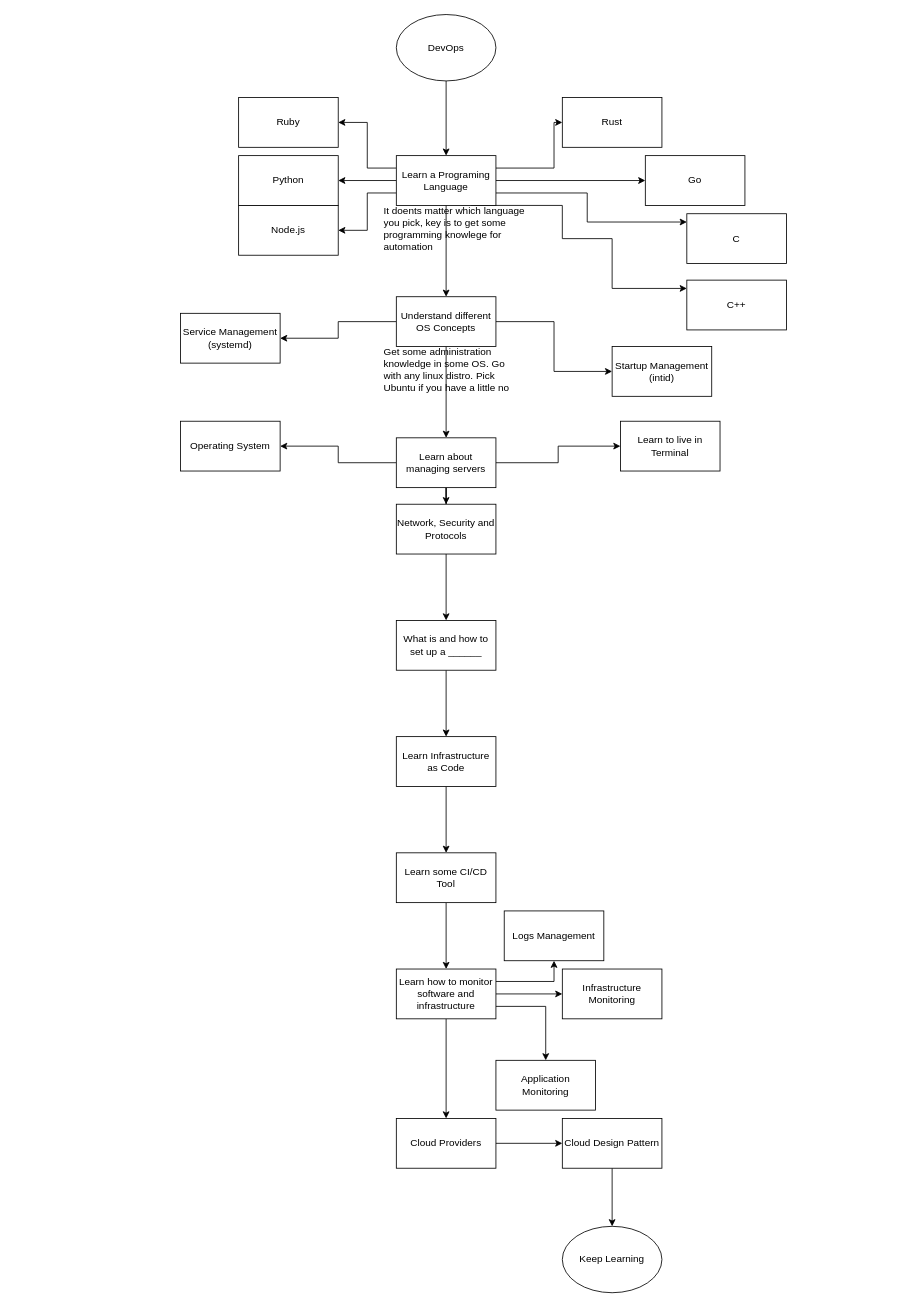
jibonilla03/DrawIO keeps this draw.io diagram as Untitled Diagram.drawio. Above is the earlier version. Source tidied: cells renumbered, new cells numbered last; positions are measured from the earlier drawing's top-left corner, leaving out a move shared by most shapes. Both pictures are drawn from the tidied source at 83%, with x=0, y=0 at pixel (180, 14).
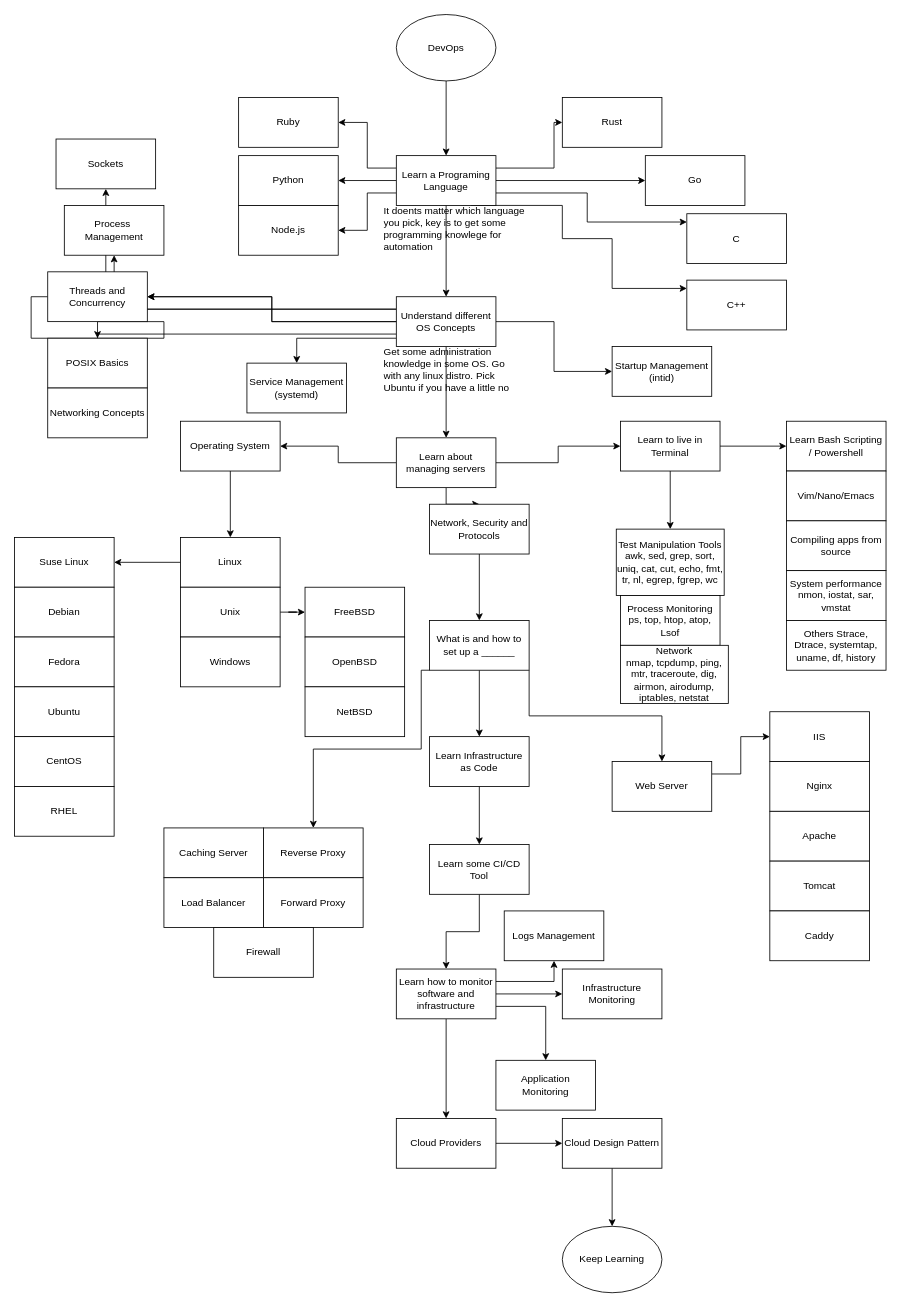
The same diagram, later.

Unchanged cells that the change refers to:
```xml
<mxCell id="16" value="Understand different OS Concepts" style="whiteSpace=wrap;html=1;" parent="1" vertex="1">
  <mxGeometry x="260" y="340" width="120" height="60" as="geometry" />
</mxCell>
<mxCell id="21" value="Operating System" style="whiteSpace=wrap;html=1;" parent="1" vertex="1">
  <mxGeometry y="490" width="120" height="60" as="geometry" />
</mxCell>
<mxCell id="22" value="Learn to live in Terminal" style="whiteSpace=wrap;html=1;" parent="1" vertex="1">
  <mxGeometry x="530" y="490" width="120" height="60" as="geometry" />
</mxCell>
```

What changed in the source:
```diff
@@
     <mxCell id="15" style="edgeStyle=orthogonalEdgeStyle;rounded=0;jettySize=auto;html=1;" parent="1" edge="1" source="16" target="52">
-      <mxGeometry relative="1" as="geometry" />
+      <mxGeometry relative="1" as="geometry">
+        <Array as="points">
+          <mxPoint x="140" y="390" />
+        </Array>
+      </mxGeometry>
     </mxCell>
+    <mxCell id="55" style="edgeStyle=orthogonalEdgeStyle;rounded=0;jettySize=auto;html=1;exitX=0;exitY=0.25;exitDx=0;exitDy=0;" parent="1" edge="1" source="16" target="65">
+      <mxGeometry relative="1" as="geometry" />
+    </mxCell>
+    <mxCell id="56" style="edgeStyle=orthogonalEdgeStyle;rounded=0;jettySize=auto;html=1;exitX=0;exitY=0.5;exitDx=0;exitDy=0;" parent="1" edge="1" source="16" target="68">
+      <mxGeometry relative="1" as="geometry" />
+    </mxCell>
+    <mxCell id="57" style="edgeStyle=orthogonalEdgeStyle;rounded=0;jettySize=auto;html=1;exitX=0;exitY=0.25;exitDx=0;exitDy=0;" parent="1" edge="1" source="16" target="66">
+      <mxGeometry relative="1" as="geometry" />
+    </mxCell>
+    <mxCell id="58" style="edgeStyle=orthogonalEdgeStyle;rounded=0;jettySize=auto;html=1;exitX=0;exitY=0.5;exitDx=0;exitDy=0;" parent="1" edge="1" source="68" target="67">
+      <mxGeometry relative="1" as="geometry" />
+    </mxCell>
+    <mxCell id="59" style="edgeStyle=orthogonalEdgeStyle;rounded=0;jettySize=auto;html=1;exitX=0;exitY=0.75;exitDx=0;exitDy=0;" parent="1" edge="1" source="16" target="70">
+      <mxGeometry relative="1" as="geometry" />
+    </mxCell>
@@
+    <mxCell id="60" style="edgeStyle=orthogonalEdgeStyle;rounded=0;jettySize=auto;html=1;" parent="1" edge="1" source="21" target="72">
+      <mxGeometry relative="1" as="geometry" />
+    </mxCell>
@@
+    <mxCell id="61" style="edgeStyle=orthogonalEdgeStyle;rounded=0;jettySize=auto;html=1;" parent="1" edge="1" source="22" target="85">
+      <mxGeometry relative="1" as="geometry" />
+    </mxCell>
+    <mxCell id="62" style="edgeStyle=orthogonalEdgeStyle;rounded=0;jettySize=auto;html=1;" parent="1" edge="1" source="22" target="90">
+      <mxGeometry relative="1" as="geometry" />
+    </mxCell>
@@
     <mxCell id="24" value="Network, Security and Protocols" style="whiteSpace=wrap;html=1;" parent="1" vertex="1">
-      <mxGeometry x="260" y="590" width="120" height="60" as="geometry" />
+      <mxGeometry x="300" y="590" width="120" height="60" as="geometry" />
     </mxCell>
@@
+    <mxCell id="63" style="edgeStyle=orthogonalEdgeStyle;rounded=0;jettySize=auto;html=1;exitX=1;exitY=1;exitDx=0;exitDy=0;" parent="1" edge="1" source="26" target="94">
+      <mxGeometry relative="1" as="geometry" />
+    </mxCell>
+    <mxCell id="64" style="edgeStyle=orthogonalEdgeStyle;rounded=0;jettySize=auto;html=1;exitX=0;exitY=1;exitDx=0;exitDy=0;" parent="1" edge="1" source="26">
+      <mxGeometry relative="1" as="geometry">
+        <mxPoint x="160" y="980" as="targetPoint" />
+        <Array as="points">
+          <mxPoint x="290" y="790" />
+          <mxPoint x="290" y="885" />
+          <mxPoint x="160" y="885" />
+        </Array>
+      </mxGeometry>
+    </mxCell>
     <mxCell id="26" value="What is and how to set up a ______" style="whiteSpace=wrap;html=1;" parent="1" vertex="1">
-      <mxGeometry x="260" y="730" width="120" height="60" as="geometry" />
+      <mxGeometry x="300" y="730" width="120" height="60" as="geometry" />
     </mxCell>
@@
     <mxCell id="28" value="Learn Infrastructure as Code" style="whiteSpace=wrap;html=1;" parent="1" vertex="1">
-      <mxGeometry x="260" y="870" width="120" height="60" as="geometry" />
+      <mxGeometry x="300" y="870" width="120" height="60" as="geometry" />
     </mxCell>
@@
     <mxCell id="30" value="Learn some CI/CD Tool" style="whiteSpace=wrap;html=1;" parent="1" vertex="1">
-      <mxGeometry x="260" y="1010" width="120" height="60" as="geometry" />
+      <mxGeometry x="300" y="1000" width="120" height="60" as="geometry" />
     </mxCell>
@@
     <mxCell id="52" value="Service Management (systemd)" style="whiteSpace=wrap;html=1;" parent="1" vertex="1">
-      <mxGeometry y="360" width="120" height="60" as="geometry" />
+      <mxGeometry x="80" y="420" width="120" height="60" as="geometry" />
     </mxCell>
@@
+    <mxCell id="65" value="Process&amp;nbsp; Management" style="rounded=0;whiteSpace=wrap;html=1;" parent="1" vertex="1">
+      <mxGeometry x="-140" y="230" width="120" height="60" as="geometry" />
+    </mxCell>
+    <mxCell id="66" value="Sockets" style="rounded=0;whiteSpace=wrap;html=1;" parent="1" vertex="1">
+      <mxGeometry x="-150" y="150" width="120" height="60" as="geometry" />
+    </mxCell>
+    <mxCell id="67" value="POSIX Basics" style="rounded=0;whiteSpace=wrap;html=1;" parent="1" vertex="1">
+      <mxGeometry x="-160" y="390" width="120" height="60" as="geometry" />
+    </mxCell>
+    <mxCell id="68" value="Threads and Concurrency" style="rounded=0;whiteSpace=wrap;html=1;" parent="1" vertex="1">
+      <mxGeometry x="-160" y="310" width="120" height="60" as="geometry" />
+    </mxCell>
+    <mxCell id="69" style="edgeStyle=orthogonalEdgeStyle;rounded=0;jettySize=auto;html=1;exitX=0;exitY=0.5;exitDx=0;exitDy=0;" parent="1" edge="1" source="16" target="68">
+      <mxGeometry relative="1" as="geometry" />
+    </mxCell>
+    <mxCell id="70" value="Networking Concepts" style="rounded=0;whiteSpace=wrap;html=1;" parent="1" vertex="1">
+      <mxGeometry x="-160" y="450" width="120" height="60" as="geometry" />
+    </mxCell>
+    <mxCell id="71" style="edgeStyle=orthogonalEdgeStyle;rounded=0;jettySize=auto;html=1;" parent="1" edge="1" source="72" target="76">
+      <mxGeometry relative="1" as="geometry" />
+    </mxCell>
+    <mxCell id="72" value="Linux" style="whiteSpace=wrap;html=1;" parent="1" vertex="1">
+      <mxGeometry y="630" width="120" height="60" as="geometry" />
+    </mxCell>
+    <mxCell id="73" style="edgeStyle=orthogonalEdgeStyle;rounded=0;jettySize=auto;html=1;" parent="1" edge="1" source="74" target="82">
+      <mxGeometry relative="1" as="geometry" />
+    </mxCell>
+    <mxCell id="74" value="Unix" style="rounded=0;whiteSpace=wrap;html=1;" parent="1" vertex="1">
+      <mxGeometry y="690" width="120" height="60" as="geometry" />
+    </mxCell>
+    <mxCell id="75" value="Windows" style="rounded=0;whiteSpace=wrap;html=1;" parent="1" vertex="1">
+      <mxGeometry y="750" width="120" height="60" as="geometry" />
+    </mxCell>
+    <mxCell id="76" value="Suse Linux" style="whiteSpace=wrap;html=1;" parent="1" vertex="1">
+      <mxGeometry x="-200" y="630" width="120" height="60" as="geometry" />
+    </mxCell>
+    <mxCell id="77" value="Debian" style="rounded=0;whiteSpace=wrap;html=1;" parent="1" vertex="1">
+      <mxGeometry x="-200" y="690" width="120" height="60" as="geometry" />
+    </mxCell>
+    <mxCell id="78" value="Fedora" style="rounded=0;whiteSpace=wrap;html=1;" parent="1" vertex="1">
+      <mxGeometry x="-200" y="750" width="120" height="60" as="geometry" />
+    </mxCell>
+    <mxCell id="79" value="Ubuntu" style="rounded=0;whiteSpace=wrap;html=1;" parent="1" vertex="1">
+      <mxGeometry x="-200" y="810" width="120" height="60" as="geometry" />
+    </mxCell>
+    <mxCell id="80" value="CentOS" style="rounded=0;whiteSpace=wrap;html=1;" parent="1" vertex="1">
+      <mxGeometry x="-200" y="870" width="120" height="60" as="geometry" />
+    </mxCell>
+    <mxCell id="81" value="RHEL" style="rounded=0;whiteSpace=wrap;html=1;" parent="1" vertex="1">
+      <mxGeometry x="-200" y="930" width="120" height="60" as="geometry" />
+    </mxCell>
+    <mxCell id="82" value="FreeBSD" style="whiteSpace=wrap;html=1;rounded=0;" parent="1" vertex="1">
+      <mxGeometry x="150" y="690" width="120" height="60" as="geometry" />
+    </mxCell>
+    <mxCell id="83" value="OpenBSD" style="rounded=0;whiteSpace=wrap;html=1;" parent="1" vertex="1">
+      <mxGeometry x="150" y="750" width="120" height="60" as="geometry" />
+    </mxCell>
+    <mxCell id="84" value="NetBSD" style="rounded=0;whiteSpace=wrap;html=1;" parent="1" vertex="1">
+      <mxGeometry x="150" y="810" width="120" height="60" as="geometry" />
+    </mxCell>
+    <mxCell id="85" value="Learn Bash Scripting / Powershell" style="whiteSpace=wrap;html=1;" parent="1" vertex="1">
+      <mxGeometry x="730" y="490" width="120" height="60" as="geometry" />
+    </mxCell>
+    <mxCell id="86" value="Vim/Nano/Emacs" style="rounded=0;whiteSpace=wrap;html=1;" parent="1" vertex="1">
+      <mxGeometry x="730" y="550" width="120" height="60" as="geometry" />
+    </mxCell>
+    <mxCell id="87" value="Compiling apps from source" style="rounded=0;whiteSpace=wrap;html=1;" parent="1" vertex="1">
+      <mxGeometry x="730" y="610" width="120" height="60" as="geometry" />
+    </mxCell>
+    <mxCell id="88" value="System performance nmon, iostat, sar, vmstat" style="rounded=0;whiteSpace=wrap;html=1;" parent="1" vertex="1">
+      <mxGeometry x="730" y="670" width="120" height="60" as="geometry" />
+    </mxCell>
+    <mxCell id="89" value="Others Strace, Dtrace, systemtap, uname, df, history" style="rounded=0;whiteSpace=wrap;html=1;" parent="1" vertex="1">
+      <mxGeometry x="730" y="730" width="120" height="60" as="geometry" />
+    </mxCell>
+    <mxCell id="90" value="&lt;div&gt;Test Manipulation Tools&lt;/div&gt;&lt;div&gt;awk, sed, grep, sort, uniq, cat, cut, echo, fmt, tr, nl, egrep, fgrep, wc&lt;br&gt;&lt;/div&gt;" style="whiteSpace=wrap;html=1;" parent="1" vertex="1">
+      <mxGeometry x="525" y="620" width="130" height="80" as="geometry" />
+    </mxCell>
+    <mxCell id="91" value="&lt;div&gt;Process Monitoring&lt;/div&gt;&lt;div&gt;ps, top, htop, atop, Lsof&lt;br&gt;&lt;/div&gt;" style="rounded=0;whiteSpace=wrap;html=1;" parent="1" vertex="1">
+      <mxGeometry x="530" y="700" width="120" height="60" as="geometry" />
+    </mxCell>
+    <mxCell id="92" value="&lt;div&gt;Network&lt;/div&gt;&lt;div&gt;nmap, tcpdump, ping, mtr, traceroute, dig, airmon, airodump, iptables, netstat&lt;br&gt;&lt;/div&gt;" style="rounded=0;whiteSpace=wrap;html=1;" parent="1" vertex="1">
+      <mxGeometry x="530" y="760" width="130" height="70" as="geometry" />
+    </mxCell>
+    <mxCell id="93" style="edgeStyle=orthogonalEdgeStyle;rounded=0;jettySize=auto;html=1;exitX=1;exitY=0.25;exitDx=0;exitDy=0;" parent="1" edge="1" source="94" target="95">
+      <mxGeometry relative="1" as="geometry" />
+    </mxCell>
+    <mxCell id="94" value="Web Server" style="rounded=0;whiteSpace=wrap;html=1;" parent="1" vertex="1">
+      <mxGeometry x="520" y="900" width="120" height="60" as="geometry" />
+    </mxCell>
+    <mxCell id="95" value="IIS" style="rounded=0;whiteSpace=wrap;html=1;" parent="1" vertex="1">
+      <mxGeometry x="710" y="840" width="120" height="60" as="geometry" />
+    </mxCell>
+    <mxCell id="96" value="Nginx" style="rounded=0;whiteSpace=wrap;html=1;" parent="1" vertex="1">
+      <mxGeometry x="710" y="900" width="120" height="60" as="geometry" />
+    </mxCell>
+    <mxCell id="97" value="Apache" style="rounded=0;whiteSpace=wrap;html=1;" parent="1" vertex="1">
+      <mxGeometry x="710" y="960" width="120" height="60" as="geometry" />
+    </mxCell>
+    <mxCell id="98" value="Tomcat" style="rounded=0;whiteSpace=wrap;html=1;" parent="1" vertex="1">
+      <mxGeometry x="710" y="1020" width="120" height="60" as="geometry" />
+    </mxCell>
+    <mxCell id="99" value="Caddy" style="rounded=0;whiteSpace=wrap;html=1;" parent="1" vertex="1">
+      <mxGeometry x="710" y="1080" width="120" height="60" as="geometry" />
+    </mxCell>
+    <mxCell id="100" value="Reverse Proxy" style="rounded=0;whiteSpace=wrap;html=1;" parent="1" vertex="1">
+      <mxGeometry x="100" y="980" width="120" height="60" as="geometry" />
+    </mxCell>
+    <mxCell id="101" value="Forward Proxy" style="rounded=0;whiteSpace=wrap;html=1;" parent="1" vertex="1">
+      <mxGeometry x="100" y="1040" width="120" height="60" as="geometry" />
+    </mxCell>
+    <mxCell id="102" value="Caching Server" style="rounded=0;whiteSpace=wrap;html=1;" parent="1" vertex="1">
+      <mxGeometry x="-20" y="980" width="120" height="60" as="geometry" />
+    </mxCell>
+    <mxCell id="103" value="Load Balancer" style="rounded=0;whiteSpace=wrap;html=1;" parent="1" vertex="1">
+      <mxGeometry x="-20" y="1040" width="120" height="60" as="geometry" />
+    </mxCell>
+    <mxCell id="104" value="Firewall" style="rounded=0;whiteSpace=wrap;html=1;" parent="1" vertex="1">
+      <mxGeometry x="40" y="1100" width="120" height="60" as="geometry" />
+    </mxCell>
```
